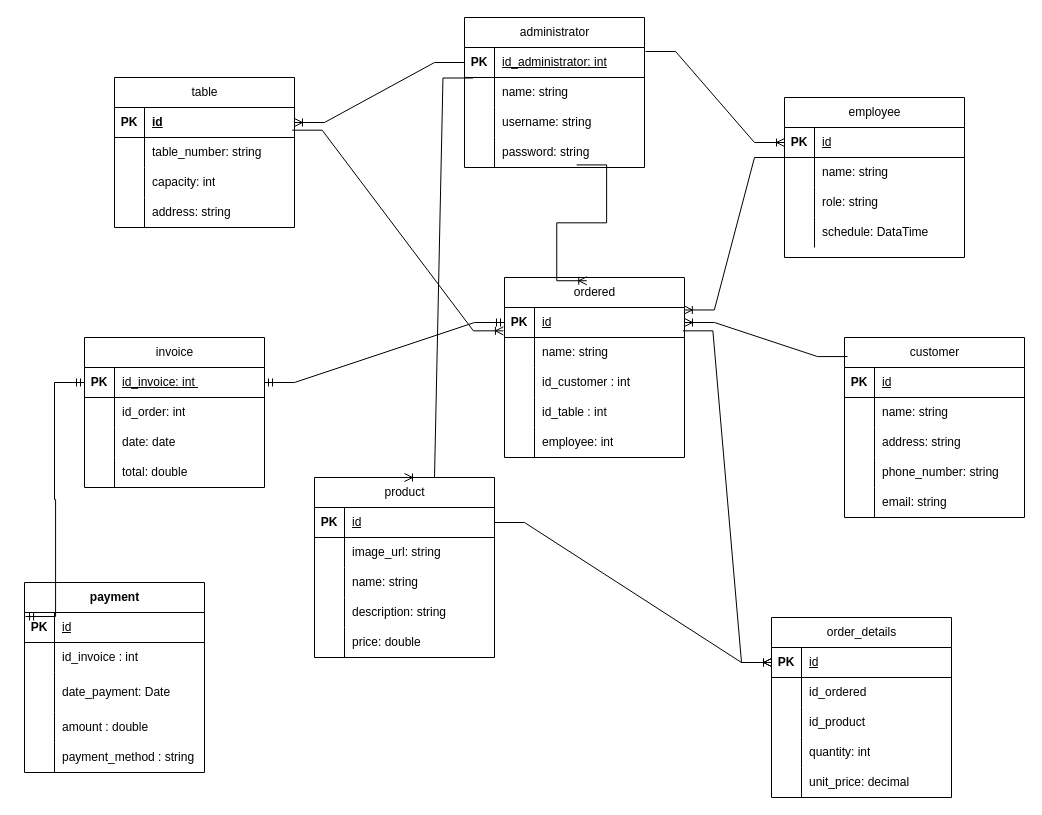
Earlier version of the draw.io diagram page "ER" (2 of 3) of Documents/Diagrama sin título.drawio (KevinAlvarezD/RestAdmin). Source tidied: cells renumbered, new cells numbered last; positions are measured from the earlier drawing's top-left corner, leaving out a move shared by most shapes. Both pictures are drawn from the tidied source at 100%, with x=0, y=0 at pixel (24, -253).
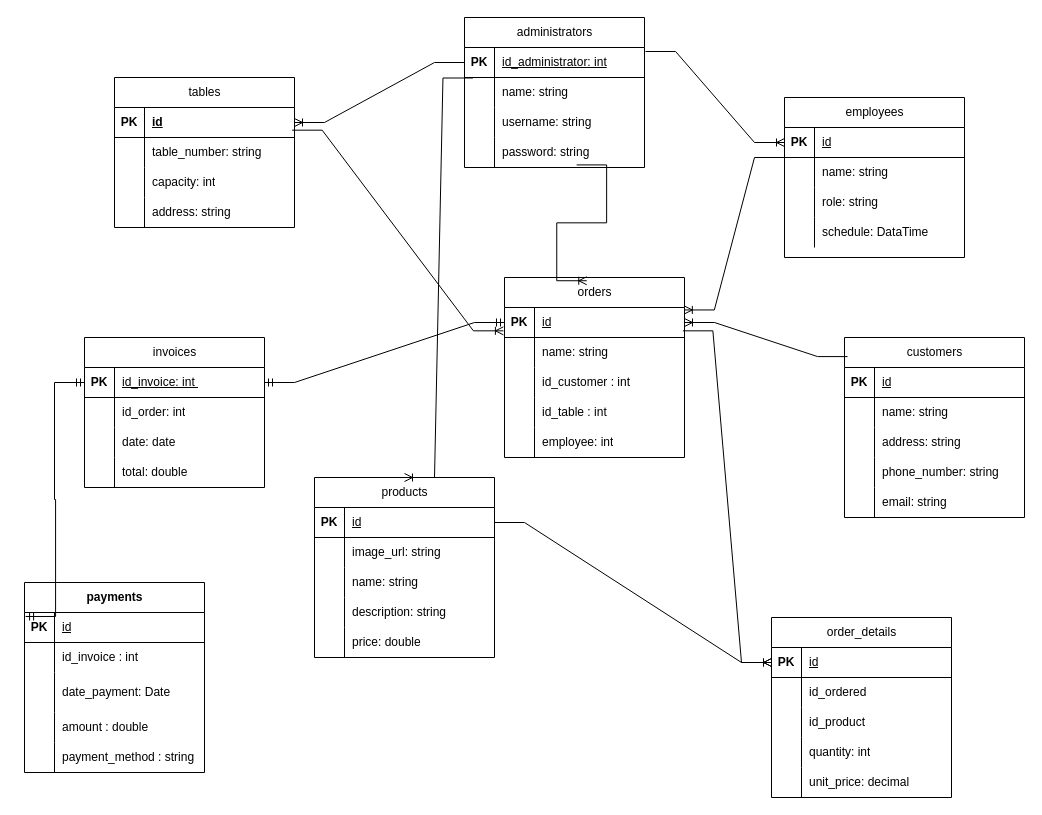
Above is the later version.

The edit, as a diff of the source:
```diff
@@
-    <mxCell id="2" value="&lt;span style=&quot;font-weight: 400;&quot;&gt;invoice&lt;/span&gt;" style="shape=table;startSize=30;childLayout=tableLayout;rowLines=0;fontStyle=1;align=center;html=1;" parent="1" vertex="1">
+    <mxCell id="2" value="&lt;span style=&quot;font-weight: 400;&quot;&gt;invoices&lt;/span&gt;" style="shape=table;startSize=30;childLayout=tableLayout;rowLines=0;fontStyle=1;align=center;html=1;" parent="1" vertex="1">
       <mxGeometry x="60" y="590" width="180" height="150" as="geometry" />
     </mxCell>
@@
-    <mxCell id="15" value="&lt;span style=&quot;font-weight: 400;&quot;&gt;customer&lt;/span&gt;" style="shape=table;startSize=30;childLayout=tableLayout;rowLines=0;fontStyle=1;align=center;html=1;" parent="1" vertex="1">
+    <mxCell id="15" value="&lt;span style=&quot;font-weight: 400;&quot;&gt;customers&lt;/span&gt;" style="shape=table;startSize=30;childLayout=tableLayout;rowLines=0;fontStyle=1;align=center;html=1;" parent="1" vertex="1">
       <mxGeometry x="820" y="590" width="180" height="180" as="geometry" />
     </mxCell>
@@
-    <mxCell id="31" value="&lt;span style=&quot;font-weight: 400;&quot;&gt;ordered&lt;/span&gt;" style="shape=table;startSize=30;childLayout=tableLayout;rowLines=0;fontStyle=1;align=center;html=1;" parent="1" vertex="1">
+    <mxCell id="31" value="&lt;span style=&quot;font-weight: 400;&quot;&gt;orders&lt;/span&gt;" style="shape=table;startSize=30;childLayout=tableLayout;rowLines=0;fontStyle=1;align=center;html=1;" parent="1" vertex="1">
       <mxGeometry x="480" y="530" width="180" height="180" as="geometry" />
     </mxCell>
@@
-    <mxCell id="47" value="&lt;span style=&quot;font-weight: 400;&quot;&gt;table&lt;/span&gt;" style="shape=table;startSize=30;childLayout=tableLayout;rowLines=0;fontStyle=1;align=center;html=1;" parent="1" vertex="1">
+    <mxCell id="47" value="&lt;span style=&quot;font-weight: 400;&quot;&gt;tables&lt;/span&gt;" style="shape=table;startSize=30;childLayout=tableLayout;rowLines=0;fontStyle=1;align=center;html=1;" parent="1" vertex="1">
       <mxGeometry x="90" y="330" width="180" height="150" as="geometry" />
     </mxCell>
@@
-    <mxCell id="60" value="&lt;span style=&quot;font-weight: 400;&quot;&gt;product&lt;/span&gt;" style="shape=table;startSize=30;childLayout=tableLayout;rowLines=0;fontStyle=1;align=center;html=1;" parent="1" vertex="1">
+    <mxCell id="60" value="&lt;span style=&quot;font-weight: 400;&quot;&gt;products&lt;/span&gt;" style="shape=table;startSize=30;childLayout=tableLayout;rowLines=0;fontStyle=1;align=center;html=1;" parent="1" vertex="1">
       <mxGeometry x="290" y="730" width="180" height="180" as="geometry" />
     </mxCell>
@@
-    <mxCell id="76" value="payment" style="shape=table;startSize=30;childLayout=tableLayout;rowLines=0;fontStyle=1;align=center;html=1;" parent="1" vertex="1">
+    <mxCell id="76" value="payments" style="shape=table;startSize=30;childLayout=tableLayout;rowLines=0;fontStyle=1;align=center;html=1;" parent="1" vertex="1">
       <mxGeometry y="835" width="180" height="190" as="geometry" />
     </mxCell>
@@
-    <mxCell id="108" value="&lt;span style=&quot;font-weight: 400;&quot;&gt;administrator&lt;/span&gt;" style="shape=table;startSize=30;childLayout=tableLayout;rowLines=0;fontStyle=1;align=center;html=1;" parent="1" vertex="1">
+    <mxCell id="108" value="&lt;span style=&quot;font-weight: 400;&quot;&gt;administrators&lt;/span&gt;" style="shape=table;startSize=30;childLayout=tableLayout;rowLines=0;fontStyle=1;align=center;html=1;" parent="1" vertex="1">
       <mxGeometry x="440" y="270" width="180" height="150" as="geometry" />
     </mxCell>
@@
-    <mxCell id="121" value="&lt;span style=&quot;font-weight: 400;&quot;&gt;employee&lt;/span&gt;" style="shape=table;startSize=30;childLayout=tableLayout;rowLines=0;fontStyle=1;align=center;html=1;" parent="1" vertex="1">
+    <mxCell id="121" value="&lt;span style=&quot;font-weight: 400;&quot;&gt;employees&lt;/span&gt;" style="shape=table;startSize=30;childLayout=tableLayout;rowLines=0;fontStyle=1;align=center;html=1;" parent="1" vertex="1">
       <mxGeometry x="760" y="350" width="180" height="160" as="geometry" />
     </mxCell>
```
